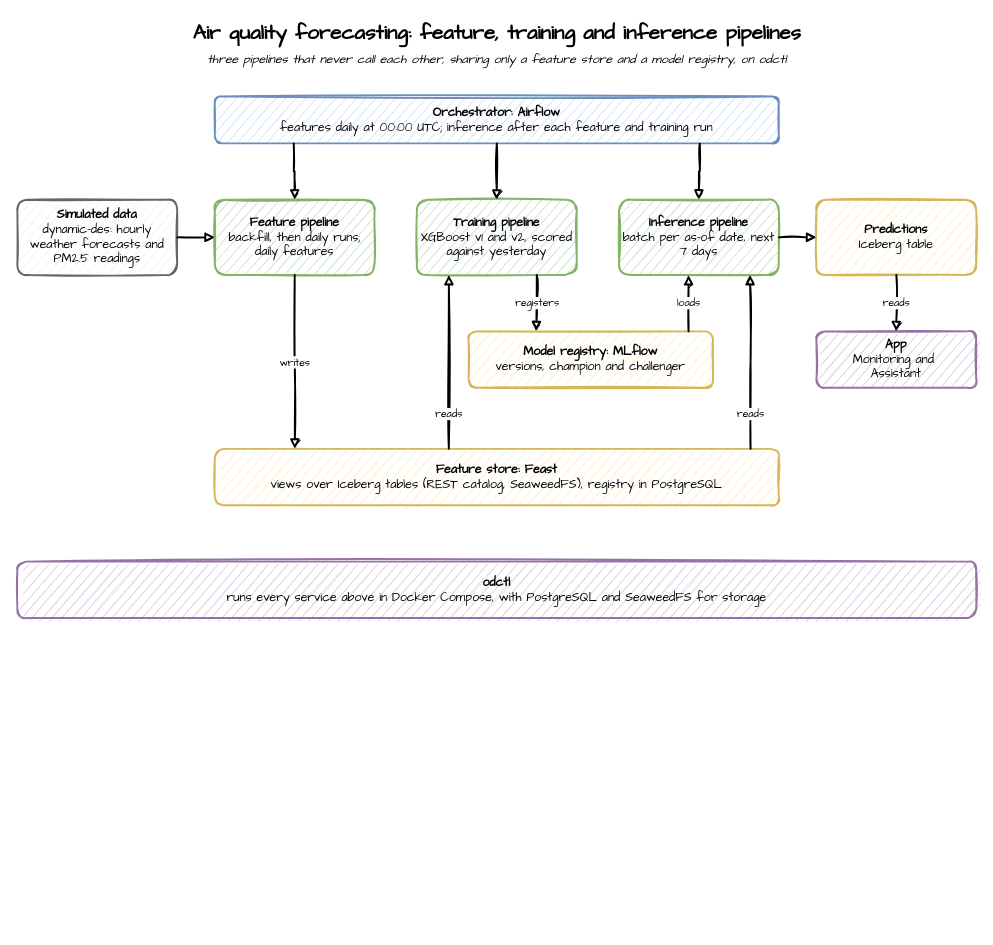
Earlier version of the draw.io diagram air-quality/images/architecture.drawio (jaehyeon-kim/benchtop). Source tidied: cells renumbered, new cells numbered last; positions are measured from the earlier drawing's top-left corner, leaving out a move shared by most shapes. Both pictures are drawn from the tidied source at 94%, with x=0, y=0 at pixel (17, 16).
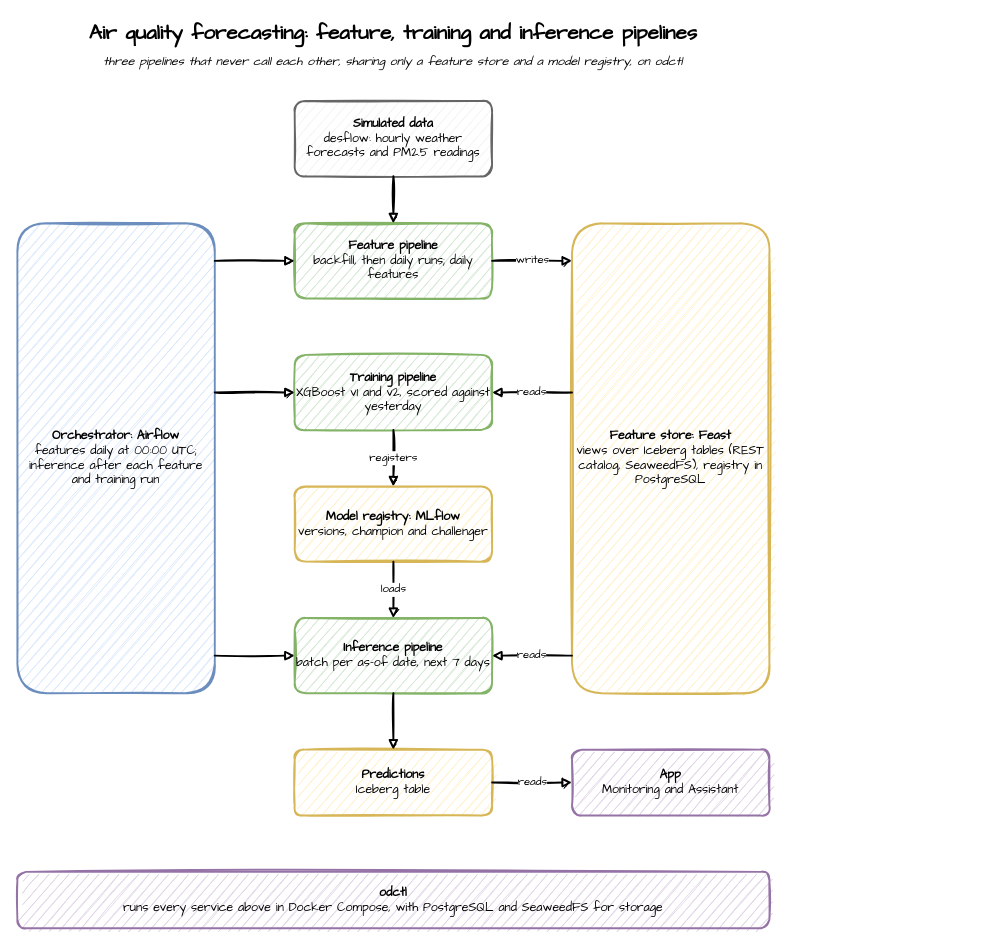
After the change.

Diff of the diagram source:
```diff
@@
-    <mxCell id="2" value="Air quality forecasting: feature, training and inference pipelines" style="text;html=1;align=center;verticalAlign=middle;fontFamily=Comic Sans MS;fontSize=22;fontStyle=1;strokeColor=none;fillColor=none;" parent="1" vertex="1">
-      <mxGeometry width="1020" height="36" as="geometry" />
+    <mxCell id="2" value="Air quality forecasting: feature, training and inference pipelines" style="text;html=1;align=center;verticalAlign=middle;whiteSpace=wrap;fontFamily=Comic Sans MS;fontSize=22;fontStyle=1;strokeColor=none;fillColor=none;" parent="1" vertex="1">
+      <mxGeometry width="800" height="36" as="geometry" />
     </mxCell>
-    <mxCell id="3" value="three pipelines that never call each other, sharing only a feature store and a model registry, on odctl" style="text;html=1;align=center;verticalAlign=middle;fontFamily=Comic Sans MS;fontSize=13;fontStyle=2;strokeColor=none;fillColor=none;" parent="1" vertex="1">
-      <mxGeometry y="34" width="1020" height="24" as="geometry" />
+    <mxCell id="3" value="three pipelines that never call each other, sharing only a feature store and a model registry, on odctl" style="text;html=1;align=center;verticalAlign=middle;whiteSpace=wrap;fontFamily=Comic Sans MS;fontSize=13;fontStyle=2;strokeColor=none;fillColor=none;" parent="1" vertex="1">
+      <mxGeometry y="36" width="800" height="24" as="geometry" />
     </mxCell>
+    <mxCell id="5" value="&lt;b&gt;Simulated data&lt;/b&gt;&lt;br&gt;desflow: hourly weather forecasts and PM2.5 readings" style="sketch=1;fontFamily=Comic Sans MS;strokeWidth=2;html=1;rounded=1;whiteSpace=wrap;fontSize=13;fillColor=#f5f5f5;strokeColor=#666666;" parent="1" vertex="1">
+      <mxGeometry x="295" y="90" width="210" height="80" as="geometry" />
+    </mxCell>
     <mxCell id="4" value="&lt;b&gt;Orchestrator: Airflow&lt;/b&gt;&lt;br&gt;features daily at 00:00 UTC; inference after each feature and training run" style="sketch=1;fontFamily=Comic Sans MS;strokeWidth=2;html=1;rounded=1;whiteSpace=wrap;fontSize=13;fillColor=#dae8fc;strokeColor=#6c8ebf;" parent="1" vertex="1">
-      <mxGeometry x="210" y="85" width="600" height="50" as="geometry" />
+      <mxGeometry y="220" width="210" height="500" as="geometry" />
     </mxCell>
-    <mxCell id="5" value="&lt;b&gt;Simulated data&lt;/b&gt;&lt;br&gt;dynamic-des: hourly weather forecasts and PM2.5 readings" style="sketch=1;fontFamily=Comic Sans MS;strokeWidth=2;html=1;rounded=1;whiteSpace=wrap;fontSize=13;fillColor=#f5f5f5;strokeColor=#666666;" parent="1" vertex="1">
-      <mxGeometry y="195" width="170" height="80" as="geometry" />
-    </mxCell>
     <mxCell id="6" value="&lt;b&gt;Feature pipeline&lt;/b&gt;&lt;br&gt;backfill, then daily runs; daily features" style="sketch=1;fontFamily=Comic Sans MS;strokeWidth=2;html=1;rounded=1;whiteSpace=wrap;fontSize=13;fillColor=#d5e8d4;strokeColor=#82b366;" parent="1" vertex="1">
-      <mxGeometry x="210" y="195" width="170" height="80" as="geometry" />
+      <mxGeometry x="295" y="220" width="210" height="80" as="geometry" />
     </mxCell>
     <mxCell id="7" value="&lt;b&gt;Training pipeline&lt;/b&gt;&lt;br&gt;XGBoost v1 and v2, scored against yesterday" style="sketch=1;fontFamily=Comic Sans MS;strokeWidth=2;html=1;rounded=1;whiteSpace=wrap;fontSize=13;fillColor=#d5e8d4;strokeColor=#82b366;" parent="1" vertex="1">
-      <mxGeometry x="425" y="195" width="170" height="80" as="geometry" />
+      <mxGeometry x="295" y="360" width="210" height="80" as="geometry" />
     </mxCell>
+    <mxCell id="10" value="&lt;b&gt;Model registry: MLflow&lt;/b&gt;&lt;br&gt;versions, champion and challenger" style="sketch=1;fontFamily=Comic Sans MS;strokeWidth=2;html=1;rounded=1;whiteSpace=wrap;fontSize=13;fillColor=#fff2cc;strokeColor=#d6b656;" parent="1" vertex="1">
+      <mxGeometry x="295" y="500" width="210" height="80" as="geometry" />
+    </mxCell>
     <mxCell id="8" value="&lt;b&gt;Inference pipeline&lt;/b&gt;&lt;br&gt;batch per as-of date, next 7 days" style="sketch=1;fontFamily=Comic Sans MS;strokeWidth=2;html=1;rounded=1;whiteSpace=wrap;fontSize=13;fillColor=#d5e8d4;strokeColor=#82b366;" parent="1" vertex="1">
-      <mxGeometry x="640" y="195" width="170" height="80" as="geometry" />
+      <mxGeometry x="295" y="640" width="210" height="80" as="geometry" />
     </mxCell>
+    <mxCell id="12" value="&lt;b&gt;Feature store: Feast&lt;/b&gt;&lt;br&gt;views over Iceberg tables (REST catalog, SeaweedFS), registry in PostgreSQL" style="sketch=1;fontFamily=Comic Sans MS;strokeWidth=2;html=1;rounded=1;whiteSpace=wrap;fontSize=13;fillColor=#fff2cc;strokeColor=#d6b656;" parent="1" vertex="1">
+      <mxGeometry x="590" y="220" width="210" height="500" as="geometry" />
+    </mxCell>
     <mxCell id="9" value="&lt;b&gt;Predictions&lt;/b&gt;&lt;br&gt;Iceberg table" style="sketch=1;fontFamily=Comic Sans MS;strokeWidth=2;html=1;rounded=1;whiteSpace=wrap;fontSize=13;fillColor=#fff2cc;strokeColor=#d6b656;" parent="1" vertex="1">
-      <mxGeometry x="850" y="195" width="170" height="80" as="geometry" />
+      <mxGeometry x="295" y="780" width="210" height="70" as="geometry" />
     </mxCell>
-    <mxCell id="10" value="&lt;b&gt;Model registry: MLflow&lt;/b&gt;&lt;br&gt;versions, champion and challenger" style="sketch=1;fontFamily=Comic Sans MS;strokeWidth=2;html=1;rounded=1;whiteSpace=wrap;fontSize=13;fillColor=#fff2cc;strokeColor=#d6b656;" parent="1" vertex="1">
-      <mxGeometry x="480" y="335" width="260" height="60" as="geometry" />
-    </mxCell>
-    <mxCell id="11" value="&lt;b&gt;App&lt;/b&gt;&lt;br&gt;Monitoring and&amp;nbsp;&lt;div&gt;Assistant&lt;/div&gt;" style="sketch=1;fontFamily=Comic Sans MS;strokeWidth=2;html=1;rounded=1;whiteSpace=wrap;fontSize=13;fillColor=#e1d5e7;strokeColor=#9673a6;" parent="1" vertex="1">
-      <mxGeometry x="850" y="335" width="170" height="60" as="geometry" />
+    <mxCell id="11" value="&lt;b&gt;App&lt;/b&gt;&lt;br&gt;Monitoring and Assistant" style="sketch=1;fontFamily=Comic Sans MS;strokeWidth=2;html=1;rounded=1;whiteSpace=wrap;fontSize=13;fillColor=#e1d5e7;strokeColor=#9673a6;" parent="1" vertex="1">
+      <mxGeometry x="590" y="780" width="210" height="70" as="geometry" />
     </mxCell>
-    <mxCell id="12" value="&lt;b&gt;Feature store: Feast&lt;/b&gt;&lt;br&gt;views over Iceberg tables (REST catalog, SeaweedFS), registry in PostgreSQL" style="sketch=1;fontFamily=Comic Sans MS;strokeWidth=2;html=1;rounded=1;whiteSpace=wrap;fontSize=13;fillColor=#fff2cc;strokeColor=#d6b656;" parent="1" vertex="1">
-      <mxGeometry x="210" y="460" width="600" height="60" as="geometry" />
-    </mxCell>
     <mxCell id="13" value="&lt;b&gt;odctl&lt;/b&gt;&lt;br&gt;runs every service above in Docker Compose, with PostgreSQL and SeaweedFS for storage" style="sketch=1;fontFamily=Comic Sans MS;strokeWidth=2;html=1;rounded=1;whiteSpace=wrap;fontSize=13;fillColor=#e1d5e7;strokeColor=#9673a6;" parent="1" vertex="1">
-      <mxGeometry y="580" width="1020" height="60" as="geometry" />
+      <mxGeometry y="910" width="800" height="60" as="geometry" />
     </mxCell>
-    <mxCell id="14" style="sketch=1;fontFamily=Comic Sans MS;strokeWidth=2;html=1;edgeStyle=orthogonalEdgeStyle;rounded=0;endArrow=block;endFill=1;fontSize=11;labelBackgroundColor=#ffffff;exitX=0.14;exitY=1;entryX=0.5;entryY=0;" parent="1" edge="1" source="4" target="6">
+    <mxCell id="14" style="sketch=1;fontFamily=Comic Sans MS;strokeWidth=2;html=1;edgeStyle=orthogonalEdgeStyle;rounded=0;endArrow=block;endFill=1;fontSize=12;labelBackgroundColor=#ffffff;exitX=1;exitY=0.08;entryX=0;entryY=0.5;" parent="1" edge="1" source="4" target="6">
       <mxGeometry relative="1" as="geometry" />
     </mxCell>
-    <mxCell id="15" style="sketch=1;fontFamily=Comic Sans MS;strokeWidth=2;html=1;edgeStyle=orthogonalEdgeStyle;rounded=0;endArrow=block;endFill=1;fontSize=11;labelBackgroundColor=#ffffff;exitX=0.5;exitY=1;entryX=0.5;entryY=0;" parent="1" edge="1" source="4" target="7">
+    <mxCell id="15" style="sketch=1;fontFamily=Comic Sans MS;strokeWidth=2;html=1;edgeStyle=orthogonalEdgeStyle;rounded=0;endArrow=block;endFill=1;fontSize=12;labelBackgroundColor=#ffffff;exitX=1;exitY=0.36;entryX=0;entryY=0.5;" parent="1" edge="1" source="4" target="7">
       <mxGeometry relative="1" as="geometry" />
     </mxCell>
-    <mxCell id="16" style="sketch=1;fontFamily=Comic Sans MS;strokeWidth=2;html=1;edgeStyle=orthogonalEdgeStyle;rounded=0;endArrow=block;endFill=1;fontSize=11;labelBackgroundColor=#ffffff;exitX=0.86;exitY=1;entryX=0.5;entryY=0;" parent="1" edge="1" source="4" target="8">
+    <mxCell id="16" style="sketch=1;fontFamily=Comic Sans MS;strokeWidth=2;html=1;edgeStyle=orthogonalEdgeStyle;rounded=0;endArrow=block;endFill=1;fontSize=12;labelBackgroundColor=#ffffff;exitX=1;exitY=0.92;entryX=0;entryY=0.5;" parent="1" edge="1" source="4" target="8">
       <mxGeometry relative="1" as="geometry" />
     </mxCell>
-    <mxCell id="17" style="sketch=1;fontFamily=Comic Sans MS;strokeWidth=2;html=1;edgeStyle=orthogonalEdgeStyle;rounded=0;endArrow=block;endFill=1;fontSize=11;labelBackgroundColor=#ffffff;exitX=1;exitY=0.5;entryX=0;entryY=0.5;" parent="1" edge="1" source="5" target="6">
+    <mxCell id="17" style="sketch=1;fontFamily=Comic Sans MS;strokeWidth=2;html=1;edgeStyle=orthogonalEdgeStyle;rounded=0;endArrow=block;endFill=1;fontSize=12;labelBackgroundColor=#ffffff;exitX=0.5;exitY=1;entryX=0.5;entryY=0;" parent="1" edge="1" source="5" target="6">
       <mxGeometry relative="1" as="geometry" />
     </mxCell>
-    <mxCell id="18" value="writes" style="sketch=1;fontFamily=Comic Sans MS;strokeWidth=2;html=1;edgeStyle=orthogonalEdgeStyle;rounded=0;endArrow=block;endFill=1;fontSize=11;labelBackgroundColor=#ffffff;exitX=0.5;exitY=1;entryX=0.142;entryY=0;" parent="1" edge="1" source="6" target="12">
+    <mxCell id="18" value="writes" style="sketch=1;fontFamily=Comic Sans MS;strokeWidth=2;html=1;edgeStyle=orthogonalEdgeStyle;rounded=0;endArrow=block;endFill=1;fontSize=12;labelBackgroundColor=#ffffff;exitX=1;exitY=0.5;entryX=0;entryY=0.08;" parent="1" edge="1" source="6" target="12">
       <mxGeometry relative="1" as="geometry" />
     </mxCell>
-    <mxCell id="19" value="reads" style="sketch=1;fontFamily=Comic Sans MS;strokeWidth=2;html=1;edgeStyle=orthogonalEdgeStyle;rounded=0;endArrow=block;endFill=1;fontSize=11;labelBackgroundColor=#ffffff;exitX=0.415;exitY=0;entryX=0.2;entryY=1;" parent="1" edge="1" source="12" target="7">
-      <mxGeometry x="-0.6" relative="1" as="geometry" />
+    <mxCell id="19" value="reads" style="sketch=1;fontFamily=Comic Sans MS;strokeWidth=2;html=1;edgeStyle=orthogonalEdgeStyle;rounded=0;endArrow=block;endFill=1;fontSize=12;labelBackgroundColor=#ffffff;exitX=0;exitY=0.36;entryX=1;entryY=0.5;" parent="1" edge="1" source="12" target="7">
+      <mxGeometry relative="1" as="geometry" />
     </mxCell>
-    <mxCell id="20" value="registers" style="sketch=1;fontFamily=Comic Sans MS;strokeWidth=2;html=1;edgeStyle=orthogonalEdgeStyle;rounded=0;endArrow=block;endFill=1;fontSize=11;labelBackgroundColor=#ffffff;exitX=0.75;exitY=1;entryX=0.277;entryY=0;" parent="1" edge="1" source="7" target="10">
+    <mxCell id="20" value="registers" style="sketch=1;fontFamily=Comic Sans MS;strokeWidth=2;html=1;edgeStyle=orthogonalEdgeStyle;rounded=0;endArrow=block;endFill=1;fontSize=12;labelBackgroundColor=#ffffff;exitX=0.5;exitY=1;entryX=0.5;entryY=0;" parent="1" edge="1" source="7" target="10">
       <mxGeometry relative="1" as="geometry" />
     </mxCell>
-    <mxCell id="21" value="loads" style="sketch=1;fontFamily=Comic Sans MS;strokeWidth=2;html=1;edgeStyle=orthogonalEdgeStyle;rounded=0;endArrow=block;endFill=1;fontSize=11;labelBackgroundColor=#ffffff;exitX=0.9;exitY=0;entryX=0.435;entryY=1;" parent="1" edge="1" source="10" target="8">
+    <mxCell id="21" value="loads" style="sketch=1;fontFamily=Comic Sans MS;strokeWidth=2;html=1;edgeStyle=orthogonalEdgeStyle;rounded=0;endArrow=block;endFill=1;fontSize=12;labelBackgroundColor=#ffffff;exitX=0.5;exitY=1;entryX=0.5;entryY=0;" parent="1" edge="1" source="10" target="8">
       <mxGeometry relative="1" as="geometry" />
     </mxCell>
-    <mxCell id="22" value="reads" style="sketch=1;fontFamily=Comic Sans MS;strokeWidth=2;html=1;edgeStyle=orthogonalEdgeStyle;rounded=0;endArrow=block;endFill=1;fontSize=11;labelBackgroundColor=#ffffff;exitX=0.95;exitY=0;entryX=0.82;entryY=1;" parent="1" edge="1" source="12" target="8">
-      <mxGeometry x="-0.6" relative="1" as="geometry" />
+    <mxCell id="22" value="reads" style="sketch=1;fontFamily=Comic Sans MS;strokeWidth=2;html=1;edgeStyle=orthogonalEdgeStyle;rounded=0;endArrow=block;endFill=1;fontSize=12;labelBackgroundColor=#ffffff;exitX=0;exitY=0.92;entryX=1;entryY=0.5;" parent="1" edge="1" source="12" target="8">
+      <mxGeometry relative="1" as="geometry" />
     </mxCell>
-    <mxCell id="23" style="sketch=1;fontFamily=Comic Sans MS;strokeWidth=2;html=1;edgeStyle=orthogonalEdgeStyle;rounded=0;endArrow=block;endFill=1;fontSize=11;labelBackgroundColor=#ffffff;exitX=1;exitY=0.5;entryX=0;entryY=0.5;" parent="1" edge="1" source="8" target="9">
+    <mxCell id="23" style="sketch=1;fontFamily=Comic Sans MS;strokeWidth=2;html=1;edgeStyle=orthogonalEdgeStyle;rounded=0;endArrow=block;endFill=1;fontSize=12;labelBackgroundColor=#ffffff;exitX=0.5;exitY=1;entryX=0.5;entryY=0;" parent="1" edge="1" source="8" target="9">
       <mxGeometry relative="1" as="geometry" />
     </mxCell>
-    <mxCell id="24" value="reads" style="sketch=1;fontFamily=Comic Sans MS;strokeWidth=2;html=1;edgeStyle=orthogonalEdgeStyle;rounded=0;endArrow=block;endFill=1;fontSize=11;labelBackgroundColor=#ffffff;exitX=0.5;exitY=1;entryX=0.5;entryY=0;" parent="1" edge="1" source="9" target="11">
+    <mxCell id="24" value="reads" style="sketch=1;fontFamily=Comic Sans MS;strokeWidth=2;html=1;edgeStyle=orthogonalEdgeStyle;rounded=0;endArrow=block;endFill=1;fontSize=12;labelBackgroundColor=#ffffff;exitX=1;exitY=0.5;entryX=0;entryY=0.5;" parent="1" edge="1" source="9" target="11">
       <mxGeometry relative="1" as="geometry" />
     </mxCell>
```
